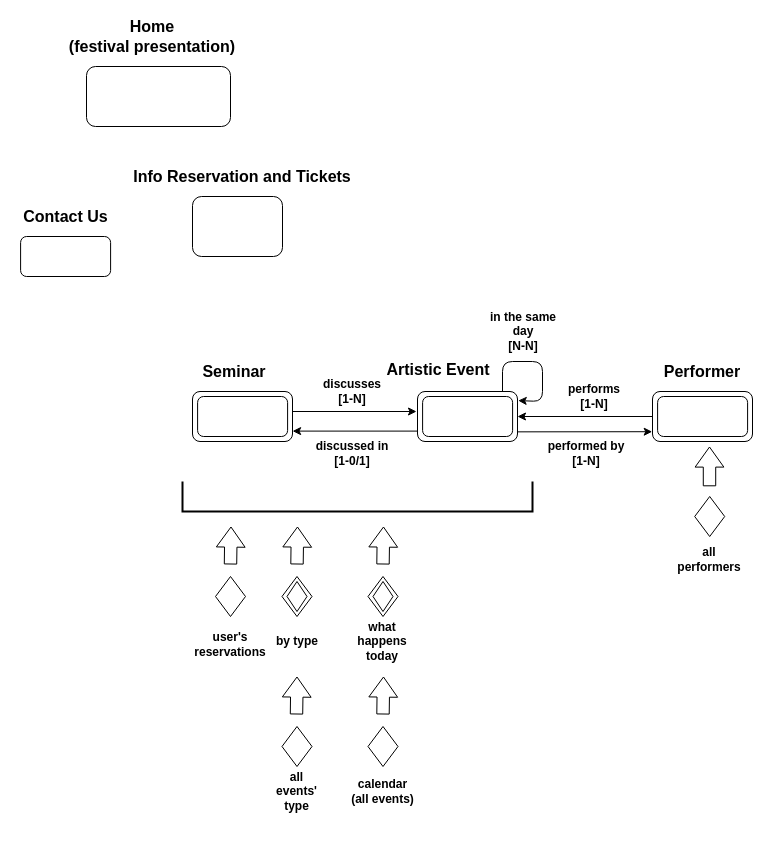
This is other/documentation/frontend/C-IDM e L-IDM/L-IDM.drawio from LeonardoPanizzo/hypermedia2019, a draw.io file, before an edit. Source tidied: cells renumbered, new cells numbered last; positions are measured from the earlier drawing's top-left corner, leaving out a move shared by most shapes. Both pictures are drawn from the tidied source at 100%, with x=0, y=0 at pixel (17, 26). Pictures stored in the file or linked from it are replaced by grey dashed boxes.
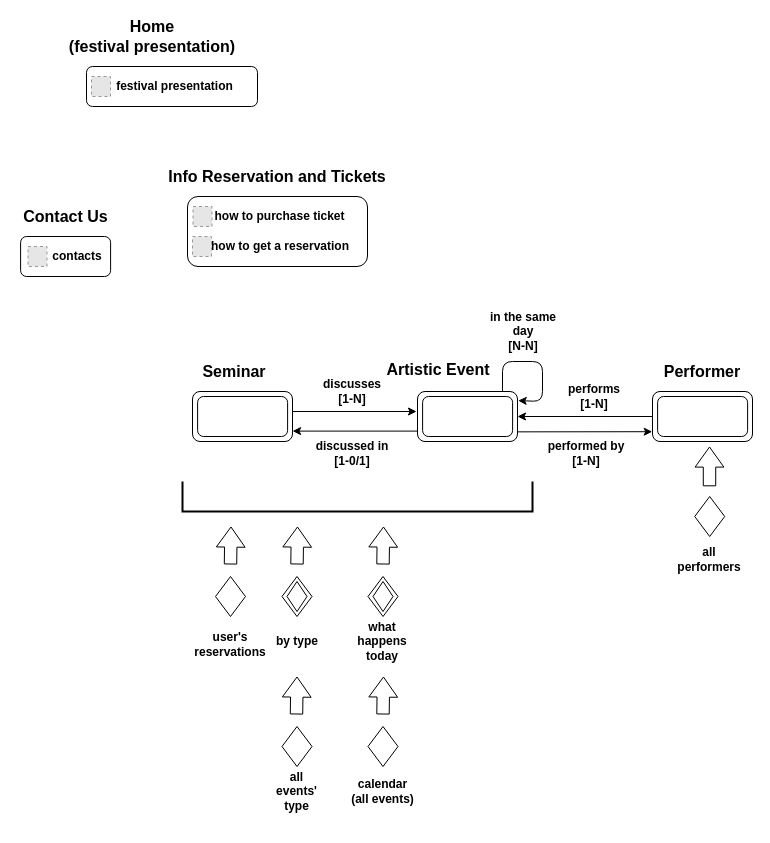
The same diagram, later.

Change to the diagram source:
```diff
@@
     <mxCell id="4" value="&lt;b&gt;&lt;font style=&quot;font-size: 12px&quot;&gt;&lt;br&gt;&lt;/font&gt;&lt;/b&gt;" style="rounded=1;whiteSpace=wrap;html=1;comic=0;strokeColor=#000000;" parent="1" vertex="1">
-      <mxGeometry x="175" y="170" width="90" height="60" as="geometry" />
+      <mxGeometry x="170" y="170" width="180" height="70" as="geometry" />
     </mxCell>
@@
     <mxCell id="38" value="&lt;b&gt;&lt;br&gt;&lt;/b&gt;" style="rounded=1;whiteSpace=wrap;html=1;comic=0;strokeColor=#000000;" parent="1" vertex="1">
-      <mxGeometry x="69" y="40" width="144" height="60" as="geometry" />
+      <mxGeometry x="69" y="40" width="171" height="40" as="geometry" />
     </mxCell>
@@
     <mxCell id="43" value="&lt;b&gt;&lt;font style=&quot;font-size: 16px&quot;&gt;Info Reservation and Tickets&lt;br&gt;&lt;/font&gt;&lt;/b&gt;" style="text;html=1;strokeColor=none;fillColor=none;align=center;verticalAlign=middle;whiteSpace=wrap;rounded=0;" parent="1" vertex="1">
-      <mxGeometry x="110" y="140" width="230" height="20" as="geometry" />
+      <mxGeometry x="145" y="140" width="230" height="20" as="geometry" />
     </mxCell>
@@
+    <mxCell id="48" value="&lt;b&gt;contacts&lt;br&gt;&lt;/b&gt;" style="text;html=1;strokeColor=none;fillColor=none;align=center;verticalAlign=middle;whiteSpace=wrap;rounded=0;" parent="1" vertex="1">
+      <mxGeometry x="20" y="220" width="80" height="20" as="geometry" />
+    </mxCell>
+    <mxCell id="49" style="fillColor=#E6E6E6;strokeColor=#999999;dashed=1;" parent="1" vertex="1">
+      <mxGeometry x="10.5" y="220" width="19" height="20" as="geometry" />
+    </mxCell>
+    <mxCell id="50" value="&lt;b&gt;how to purchase ticket&lt;br&gt;&lt;/b&gt;" style="text;html=1;strokeColor=none;fillColor=none;align=center;verticalAlign=middle;whiteSpace=wrap;rounded=0;" parent="1" vertex="1">
+      <mxGeometry x="185" y="180" width="155" height="20" as="geometry" />
+    </mxCell>
+    <mxCell id="51" style="fillColor=#E6E6E6;strokeColor=#999999;dashed=1;" parent="1" vertex="1">
+      <mxGeometry x="175.5" y="180" width="19" height="20" as="geometry" />
+    </mxCell>
+    <mxCell id="52" value="&lt;b&gt;how to get a reservation&lt;br&gt;&lt;/b&gt;" style="text;html=1;strokeColor=none;fillColor=none;align=center;verticalAlign=middle;whiteSpace=wrap;rounded=0;" parent="1" vertex="1">
+      <mxGeometry x="185" y="210" width="156" height="20" as="geometry" />
+    </mxCell>
+    <mxCell id="53" style="fillColor=#E6E6E6;strokeColor=#999999;dashed=1;" parent="1" vertex="1">
+      <mxGeometry x="175" y="210" width="19" height="20" as="geometry" />
+    </mxCell>
+    <mxCell id="54" value="&lt;b&gt;festival presentation&lt;br&gt;&lt;/b&gt;" style="text;html=1;strokeColor=none;fillColor=none;align=center;verticalAlign=middle;whiteSpace=wrap;rounded=0;" parent="1" vertex="1">
+      <mxGeometry x="90" y="50" width="135" height="20" as="geometry" />
+    </mxCell>
+    <mxCell id="55" style="fillColor=#E6E6E6;strokeColor=#999999;dashed=1;" parent="1" vertex="1">
+      <mxGeometry x="74" y="50" width="19" height="20" as="geometry" />
+    </mxCell>
```
